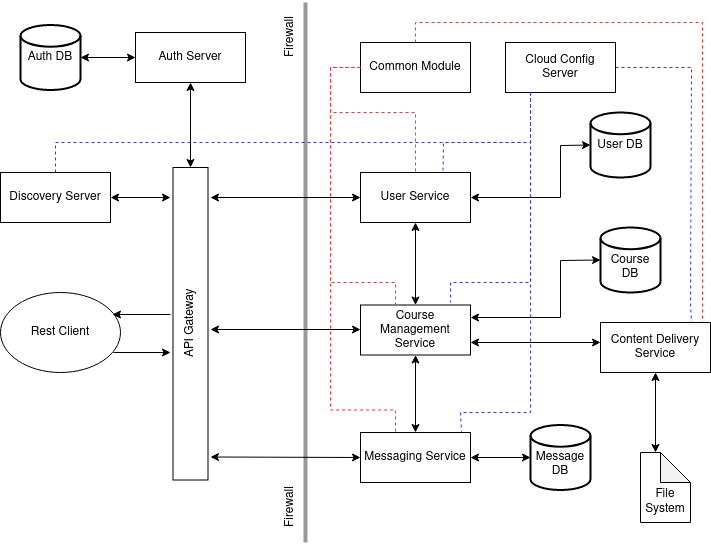
This is other/images/backend-service-diagram.png from DevRezaur/e-learning-platform-spring-boot-backend, a draw.io export, as it was before one commit. Source tidied: cells renumbered, new cells last; positions are measured from the earlier drawing's top-left corner, leaving out a move shared by most shapes.
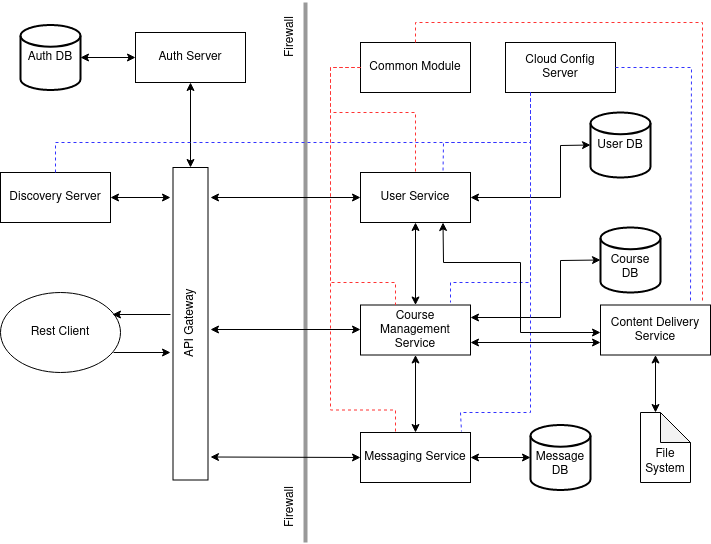
Above is the later version.

Commit message:
Added course-management-service

What changed in the source:
```diff
@@ -46,7 +46,7 @@
       <mxGeometry x="360" y="40" width="110" height="50" as="geometry" />
     </mxCell>
     <mxCell id="15" value="Content Delivery Service" style="rounded=0;whiteSpace=wrap;html=1;" parent="1" vertex="1">
-      <mxGeometry x="600" y="320" width="110" height="50" as="geometry" />
+      <mxGeometry x="600" y="302.5" width="110" height="50" as="geometry" />
     </mxCell>
     <mxCell id="16" value="Course Management Service" style="rounded=0;whiteSpace=wrap;html=1;" parent="1" vertex="1">
       <mxGeometry x="360" y="302.5" width="110" height="50" as="geometry" />
@@ -59,7 +59,7 @@
         <mxPoint x="210" y="195" as="sourcePoint" />
       </mxGeometry>
     </mxCell>
-    <mxCell id="19" style="endArrow=classic;startArrow=classic;html=1;rounded=0;exitX=1;exitY=0.75;exitDx=0;exitDy=0;entryX=0;entryY=0.4;entryDx=0;entryDy=0;entryPerimeter=0;" parent="1" edge="1" source="16" target="15">
+    <mxCell id="19" style="endArrow=classic;startArrow=classic;html=1;rounded=0;exitX=1;exitY=0.75;exitDx=0;exitDy=0;entryX=0;entryY=0.75;entryDx=0;entryDy=0;" parent="1" edge="1" source="16" target="15">
       <mxGeometry relative="1" as="geometry" />
     </mxCell>
     <mxCell id="20" style="endArrow=classic;startArrow=classic;html=1;rounded=0;exitX=0.49;exitY=1.071;exitDx=0;exitDy=0;exitPerimeter=0;entryX=0;entryY=0.5;entryDx=0;entryDy=0;" parent="1" edge="1" target="17">
@@ -110,11 +110,11 @@
       </mxGeometry>
     </mxCell>
     <mxCell id="30" value="&lt;br&gt;&lt;br&gt;File System" style="shape=note;whiteSpace=wrap;html=1;backgroundOutline=1;darkOpacity=0.05;" parent="1" vertex="1">
-      <mxGeometry x="640" y="450" width="50" height="70" as="geometry" />
+      <mxGeometry x="640" y="410" width="50" height="70" as="geometry" />
     </mxCell>
     <mxCell id="31" style="endArrow=classic;startArrow=classic;html=1;rounded=0;entryX=0.5;entryY=1;entryDx=0;entryDy=0;" parent="1" edge="1" target="15">
       <mxGeometry relative="1" as="geometry">
-        <mxPoint x="655" y="450" as="sourcePoint" />
+        <mxPoint x="655" y="410" as="sourcePoint" />
       </mxGeometry>
     </mxCell>
     <mxCell id="32" value="Discovery Server" style="rounded=0;whiteSpace=wrap;html=1;" parent="1" vertex="1">
@@ -174,9 +174,9 @@
         </Array>
       </mxGeometry>
     </mxCell>
-    <mxCell id="40" style="endArrow=none;dashed=1;html=1;rounded=0;entryX=0.918;entryY=-0.02;entryDx=0;entryDy=0;entryPerimeter=0;exitX=1;exitY=0.5;exitDx=0;exitDy=0;strokeColor=#3333FF;" parent="1" edge="1" source="34">
+    <mxCell id="40" style="endArrow=none;dashed=1;html=1;rounded=0;exitX=1;exitY=0.5;exitDx=0;exitDy=0;strokeColor=#3333FF;" parent="1" edge="1" source="34">
       <mxGeometry relative="1" as="geometry">
-        <mxPoint x="691" y="320" as="targetPoint" />
+        <mxPoint x="690" y="301" as="targetPoint" />
         <Array as="points">
           <mxPoint x="691" y="65" />
           <mxPoint x="690" y="301" />
@@ -205,7 +205,7 @@
     </mxCell>
     <mxCell id="43" style="endArrow=none;dashed=1;html=1;rounded=0;exitX=0.5;exitY=0;exitDx=0;exitDy=0;strokeColor=#FF3333;" parent="1" edge="1" source="14">
       <mxGeometry relative="1" as="geometry">
-        <mxPoint x="702" y="320" as="targetPoint" />
+        <mxPoint x="702" y="300" as="targetPoint" />
         <Array as="points">
           <mxPoint x="415" y="20" />
           <mxPoint x="702" y="20" />
@@ -213,5 +213,15 @@
         </Array>
       </mxGeometry>
     </mxCell>
+    <mxCell id="44" style="endArrow=classic;startArrow=classic;html=1;rounded=0;exitX=0.75;exitY=1;exitDx=0;exitDy=0;" parent="1" edge="1" source="13">
+      <mxGeometry relative="1" as="geometry">
+        <mxPoint x="600" y="330" as="targetPoint" />
+        <Array as="points">
+          <mxPoint x="443" y="260" />
+          <mxPoint x="520" y="260" />
+          <mxPoint x="520" y="330" />
+        </Array>
+      </mxGeometry>
+    </mxCell>
   </root>
 </mxGraphModel>
```
